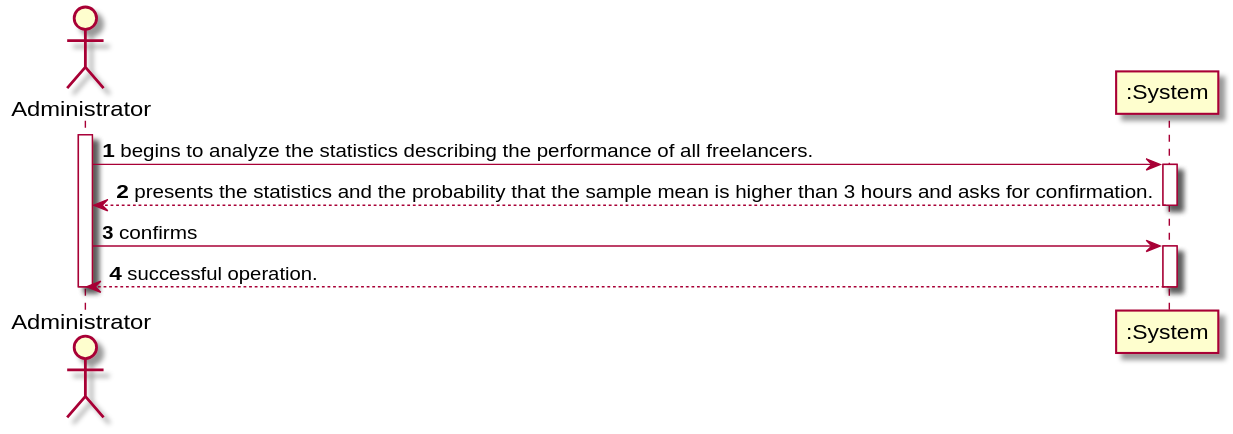
The PlantUML diagram docs/UC6 - Check performance indicators/UC6_SSD.svg in pedrolemos4/LAPR2, before a commit. The source it was exported from:
```plantuml
@startuml
autonumber
actor "Administrator" as ADM

activate ADM
ADM -> ":System" : begins to analyze the statistics describing the performance of all freelancers.
activate ":System"
":System" --> ADM : presents the statistics and the probability that the sample mean is higher than 3 hours and asks for confirmation.
deactivate ":System"

ADM -> ":System" : confirms
activate ":System"
":System" --> ADM : successful operation.
deactivate ":System"

deactivate ADM
@enduml
```
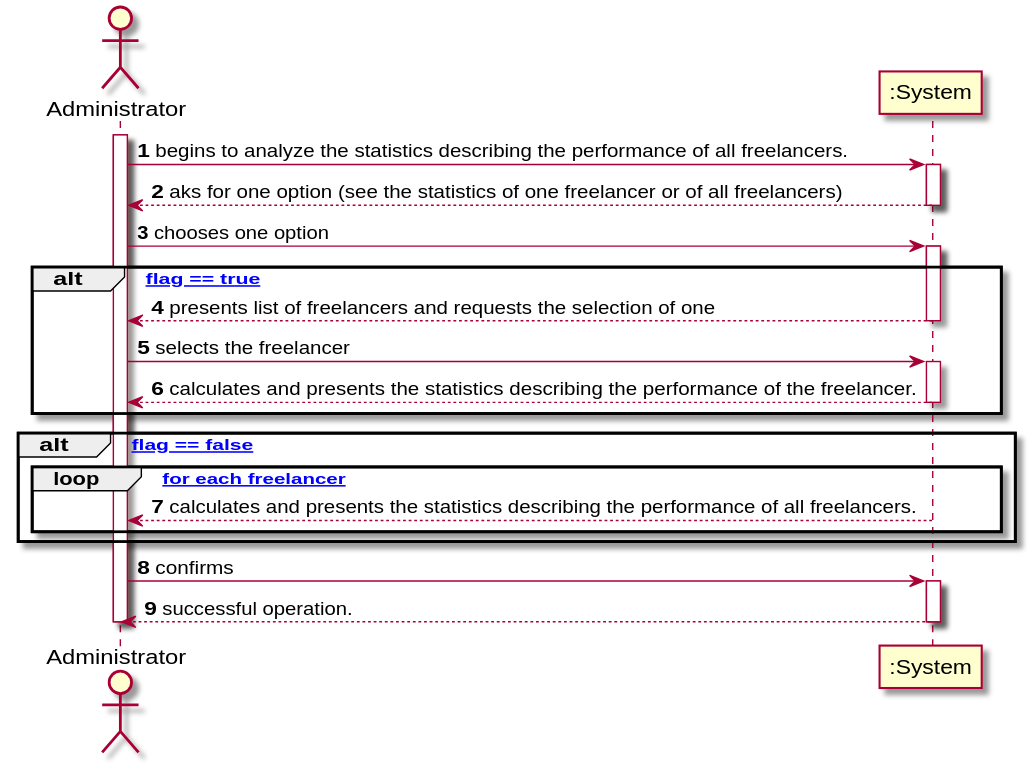
The same file after the commit.

Change to the diagram source:
```diff
@@ -5,8 +5,27 @@
 activate ADM
 ADM -> ":System" : begins to analyze the statistics describing the performance of all freelancers.
 activate ":System"
-":System" --> ADM : presents the statistics and the probability that the sample mean is higher than 3 hours and asks for confirmation.
+":System" --> ADM : aks for one option (see the statistics of one freelancer or of all freelancers)
 deactivate ":System"
+
+ADM -> ":System" : chooses one option
+activate ":System"
+
+alt [ flag == true ]
+":System" --> ADM : presents list of freelancers and requests the selection of one
+deactivate ":System"
+ADM -> ":System" : selects the freelancer
+activate ":System"
+":System" --> ADM : calculates and presents the statistics describing the performance of the freelancer.
+deactivate ":System"
+end alt
+
+alt [ flag == false ]
+loop [ for each freelancer ]
+":System" --> ADM : calculates and presents the statistics describing the performance of all freelancers.
+deactivate ":System"
+end loop
+end alt
 
 ADM -> ":System" : confirms
 activate ":System"
```
